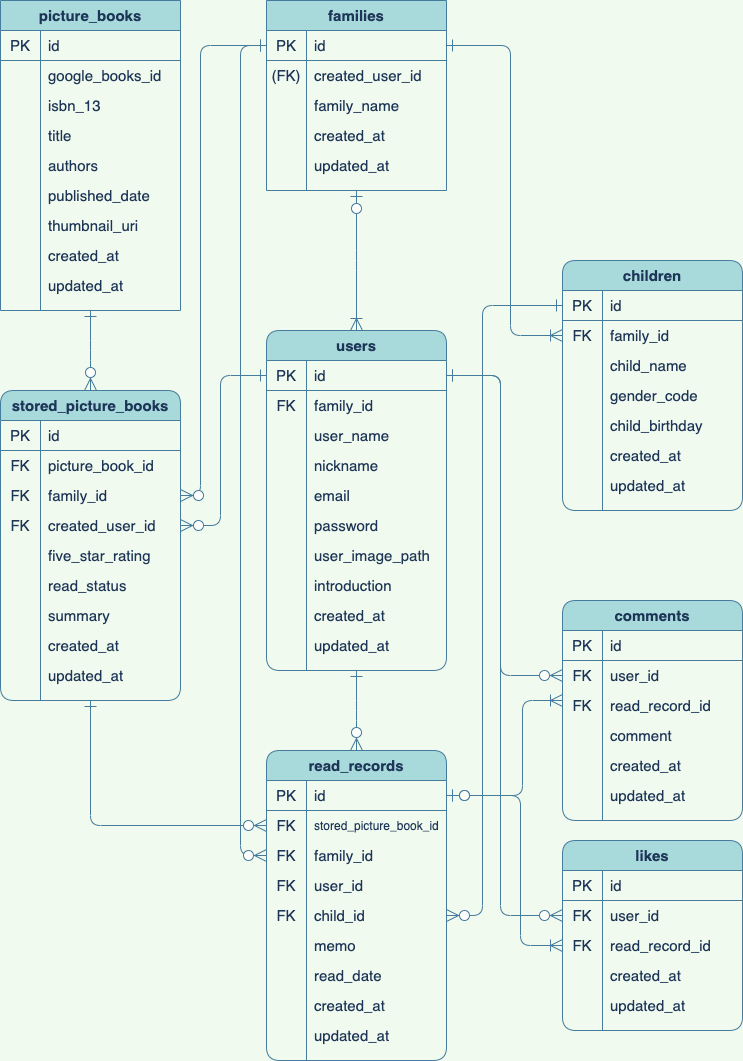
Earlier version of the draw.io export src/doc/erd.png (ryamate/Yonde). Source tidied: cells renumbered, new cells last; positions are measured from the earlier drawing's top-left corner, leaving out a move shared by most shapes.
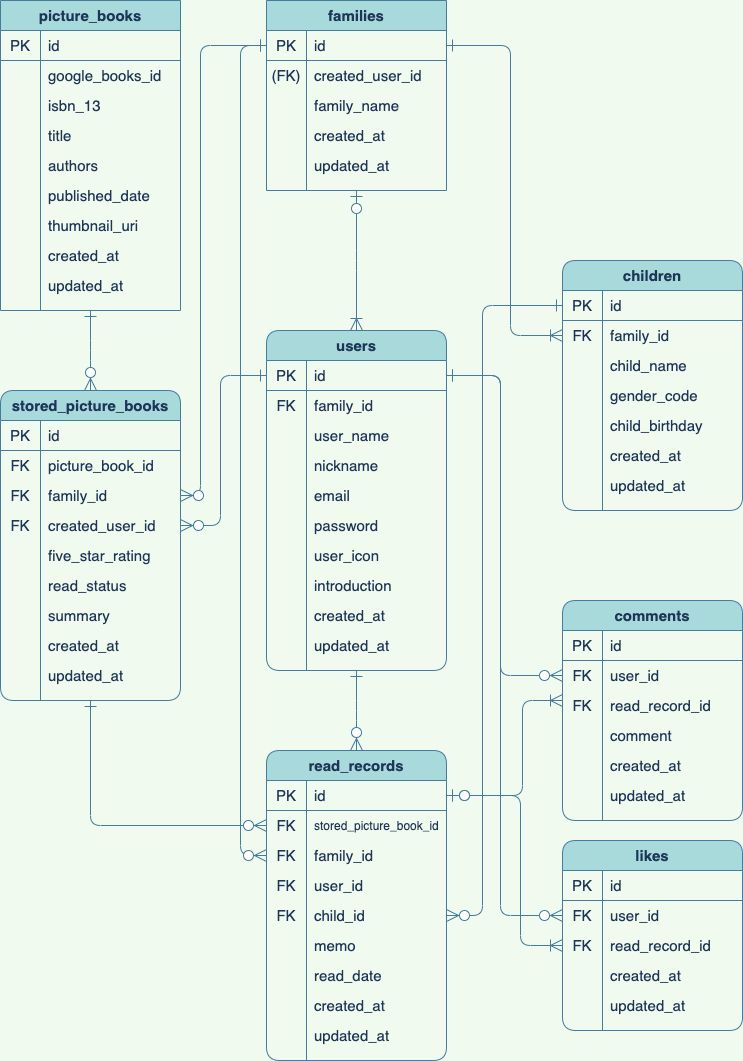
Above is the later version.

Change to the diagram source:
```diff
@@ -211,7 +211,7 @@
     <mxCell id="68" style="shape=partialRectangle;html=1;whiteSpace=wrap;fillColor=none;top=0;left=0;bottom=0;right=0;overflow=hidden;fontSize=15;rounded=1;strokeColor=#457B9D;fontColor=#1D3557;" parent="67" vertex="1">
       <mxGeometry width="40" height="30" as="geometry" />
     </mxCell>
-    <mxCell id="69" value="user_image_path" style="shape=partialRectangle;html=1;whiteSpace=wrap;fillColor=none;top=0;left=0;bottom=0;right=0;align=left;spacingLeft=6;overflow=hidden;fontSize=15;rounded=1;strokeColor=#457B9D;fontColor=#1D3557;" parent="67" vertex="1">
+    <mxCell id="69" value="user_icon" style="shape=partialRectangle;html=1;whiteSpace=wrap;fillColor=none;top=0;left=0;bottom=0;right=0;align=left;spacingLeft=6;overflow=hidden;fontSize=15;rounded=1;strokeColor=#457B9D;fontColor=#1D3557;" parent="67" vertex="1">
       <mxGeometry x="40" width="140" height="30" as="geometry" />
     </mxCell>
     <mxCell id="70" style="shape=partialRectangle;html=1;whiteSpace=wrap;fillColor=none;top=0;left=0;bottom=0;right=0;fontSize=15;rounded=1;strokeColor=#457B9D;fontColor=#1D3557;" parent="48" vertex="1">
```
